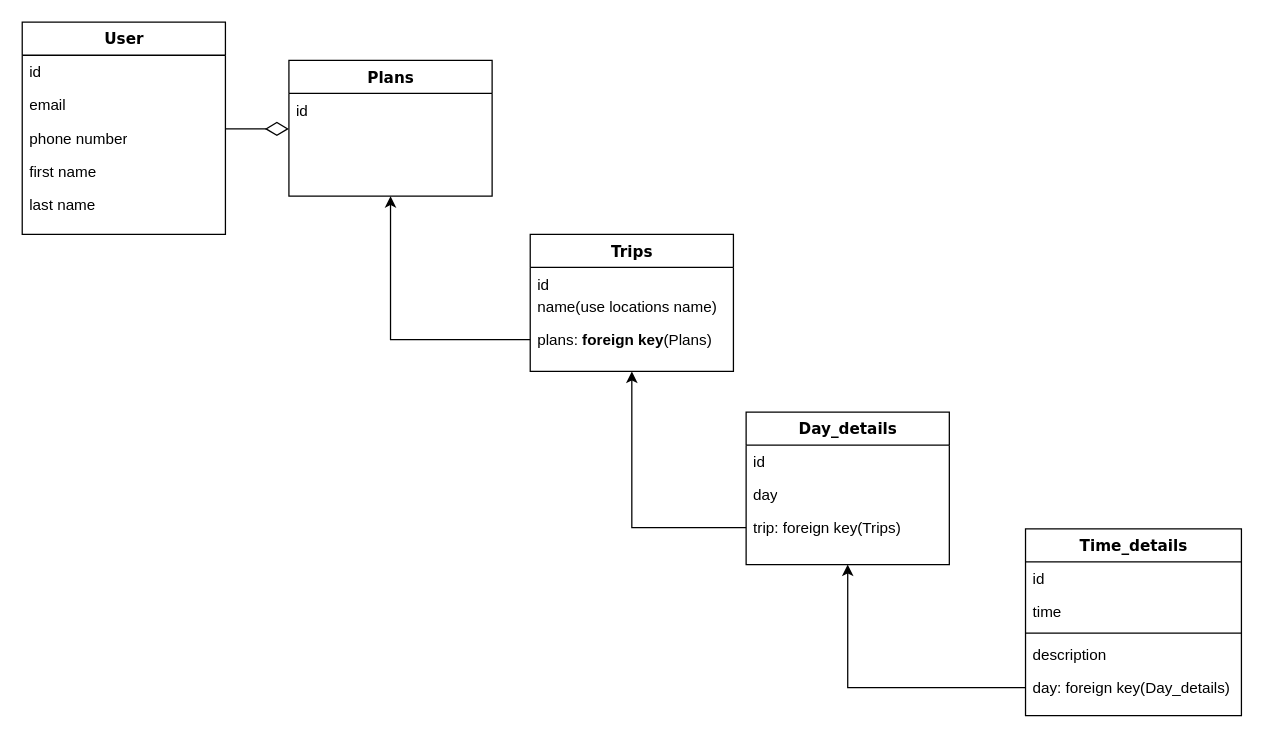
Above: sql.drawio in Dennis-Zhao1/my_personal_project (draw.io), before the change. Source tidied: cells renumbered, new cells numbered last; positions are measured from the earlier drawing's top-left corner, leaving out a move shared by most shapes. Both pictures are drawn from the tidied source at 127%, with x=0, y=0 at pixel (22, 22).
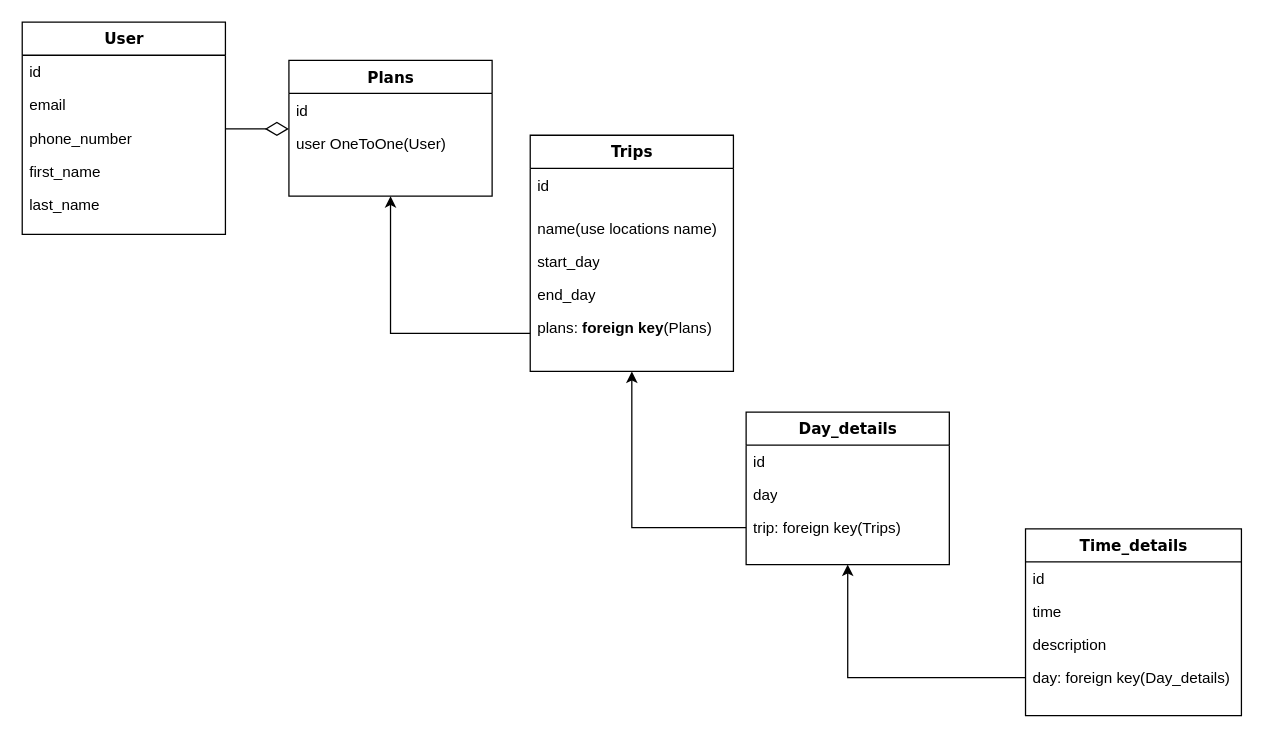
Above is the later version.

Unchanged cells that the change refers to:
```xml
<mxCell id="2" value="User" style="swimlane;html=1;fontStyle=1;align=center;verticalAlign=top;horizontal=1;startSize=26;swimlaneFillColor=#ffffff;rounded=0;shadow=0;comic=0;labelBackgroundColor=none;strokeWidth=1;fillColor=none;fontFamily=Verdana;fontSize=12;" parent="1" vertex="1">
  <mxGeometry width="160" height="167" as="geometry" />
</mxCell>
<mxCell id="8" value="Plans" style="swimlane;html=1;fontStyle=1;align=center;verticalAlign=top;horizontal=1;startSize=26;swimlaneFillColor=#ffffff;rounded=0;shadow=0;comic=0;labelBackgroundColor=none;strokeWidth=1;fillColor=none;fontFamily=Verdana;fontSize=12;" parent="1" vertex="1">
  <mxGeometry x="210" y="30" width="160" height="107" as="geometry" />
</mxCell>
<mxCell id="18" value="Time_details" style="swimlane;html=1;fontStyle=1;align=center;verticalAlign=top;horizontal=1;startSize=26;swimlaneFillColor=#ffffff;rounded=0;shadow=0;comic=0;labelBackgroundColor=none;strokeWidth=1;fillColor=none;fontFamily=Verdana;fontSize=12;" parent="1" vertex="1">
  <mxGeometry x="790" y="399" width="170" height="147" as="geometry" />
</mxCell>
```

Diff of the diagram source:
```diff
@@
-    <mxCell id="5" value="phone number" style="text;html=1;strokeColor=none;fillColor=none;align=left;verticalAlign=top;spacingLeft=4;spacingRight=4;whiteSpace=wrap;overflow=hidden;" parent="2" vertex="1">
+    <mxCell id="5" value="phone_number" style="text;html=1;strokeColor=none;fillColor=none;align=left;verticalAlign=top;spacingLeft=4;spacingRight=4;whiteSpace=wrap;overflow=hidden;" parent="2" vertex="1">
       <mxGeometry y="78" width="160" height="26" as="geometry" />
     </mxCell>
-    <mxCell id="6" value="first name" style="text;html=1;strokeColor=none;fillColor=none;align=left;verticalAlign=top;spacingLeft=4;spacingRight=4;whiteSpace=wrap;overflow=hidden;" parent="2" vertex="1">
+    <mxCell id="6" value="first_name" style="text;html=1;strokeColor=none;fillColor=none;align=left;verticalAlign=top;spacingLeft=4;spacingRight=4;whiteSpace=wrap;overflow=hidden;" parent="2" vertex="1">
       <mxGeometry y="104" width="160" height="26" as="geometry" />
     </mxCell>
-    <mxCell id="7" value="last name" style="text;html=1;strokeColor=none;fillColor=none;align=left;verticalAlign=top;spacingLeft=4;spacingRight=4;whiteSpace=wrap;overflow=hidden;" parent="2" vertex="1">
+    <mxCell id="7" value="last_name" style="text;html=1;strokeColor=none;fillColor=none;align=left;verticalAlign=top;spacingLeft=4;spacingRight=4;whiteSpace=wrap;overflow=hidden;" parent="2" vertex="1">
       <mxGeometry y="130" width="160" height="26" as="geometry" />
     </mxCell>
@@
+    <mxCell id="28" value="user OneToOne(User)" style="text;html=1;strokeColor=none;fillColor=none;align=left;verticalAlign=top;spacingLeft=4;spacingRight=4;whiteSpace=wrap;overflow=hidden;" parent="8" vertex="1">
+      <mxGeometry y="52" width="160" height="26" as="geometry" />
+    </mxCell>
     <mxCell id="10" value="Trips" style="swimlane;html=1;fontStyle=1;align=center;verticalAlign=top;horizontal=1;startSize=26;swimlaneFillColor=#ffffff;rounded=0;shadow=0;comic=0;labelBackgroundColor=none;strokeWidth=1;fillColor=none;fontFamily=Verdana;fontSize=12;" parent="1" vertex="1">
-      <mxGeometry x="400" y="167" width="160" height="108" as="geometry" />
+      <mxGeometry x="400" y="89" width="160" height="186" as="geometry" />
     </mxCell>
     <mxCell id="11" value="id" style="text;html=1;strokeColor=none;fillColor=none;align=left;verticalAlign=top;spacingLeft=4;spacingRight=4;whiteSpace=wrap;overflow=hidden;" parent="10" vertex="1">
-      <mxGeometry y="26" width="160" height="18" as="geometry" />
+      <mxGeometry y="26" width="160" height="34" as="geometry" />
     </mxCell>
     <mxCell id="12" value="name(use locations name)" style="text;html=1;strokeColor=none;fillColor=none;align=left;verticalAlign=top;spacingLeft=4;spacingRight=4;whiteSpace=wrap;overflow=hidden;" parent="10" vertex="1">
-      <mxGeometry y="44" width="160" height="26" as="geometry" />
+      <mxGeometry y="60" width="160" height="26" as="geometry" />
     </mxCell>
+    <mxCell id="29" value="start_day" style="text;html=1;strokeColor=none;fillColor=none;align=left;verticalAlign=top;spacingLeft=4;spacingRight=4;whiteSpace=wrap;overflow=hidden;" parent="10" vertex="1">
+      <mxGeometry y="86" width="160" height="26" as="geometry" />
+    </mxCell>
+    <mxCell id="30" value="end_day" style="text;html=1;strokeColor=none;fillColor=none;align=left;verticalAlign=top;spacingLeft=4;spacingRight=4;whiteSpace=wrap;overflow=hidden;" parent="10" vertex="1">
+      <mxGeometry y="112" width="160" height="26" as="geometry" />
+    </mxCell>
     <mxCell id="13" value="plans: &lt;b&gt;foreign key&lt;/b&gt;(Plans)" style="text;html=1;strokeColor=none;fillColor=none;align=left;verticalAlign=top;spacingLeft=4;spacingRight=4;whiteSpace=wrap;overflow=hidden;points=[[0,0.5],[1,0.5]];portConstraint=eastwest;" parent="10" vertex="1">
-      <mxGeometry y="70" width="160" height="26" as="geometry" />
+      <mxGeometry y="138" width="160" height="36" as="geometry" />
     </mxCell>
@@
-    <mxCell id="21" style="line;html=1;strokeWidth=1;fillColor=none;align=left;verticalAlign=middle;spacingTop=-1;spacingLeft=3;spacingRight=3;labelPosition=right;" parent="18" vertex="1">
-      <mxGeometry y="78" width="170" height="8" as="geometry" />
-    </mxCell>
     <mxCell id="22" value="description" style="text;html=1;strokeColor=none;fillColor=none;align=left;verticalAlign=top;spacingLeft=4;spacingRight=4;whiteSpace=wrap;overflow=hidden;" parent="18" vertex="1">
-      <mxGeometry y="86" width="170" height="26" as="geometry" />
+      <mxGeometry y="78" width="170" height="26" as="geometry" />
     </mxCell>
     <mxCell id="23" value="day: foreign key(Day_details)" style="text;html=1;strokeColor=none;fillColor=none;align=left;verticalAlign=top;spacingLeft=4;spacingRight=4;whiteSpace=wrap;overflow=hidden;points=[[0,0.5],[1,0.5]];portConstraint=eastwest;" parent="18" vertex="1">
-      <mxGeometry y="112" width="170" height="26" as="geometry" />
+      <mxGeometry y="104" width="170" height="26" as="geometry" />
     </mxCell>
```
